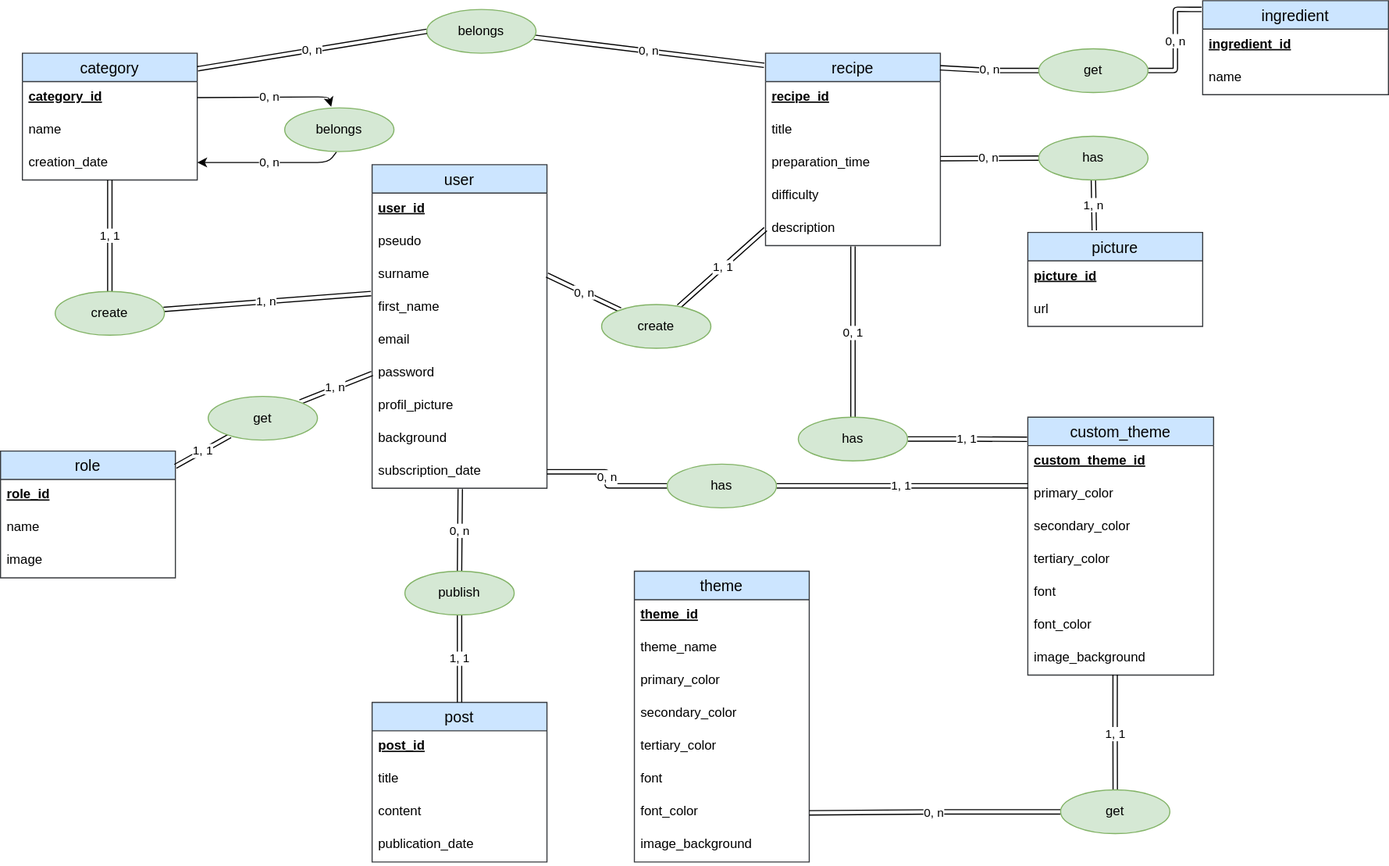
TigerSnowy/le_reseau_des_gourmets keeps this draw.io diagram as code/server/merise/MCD_le_reseau_des_gourmets.drawio.svg. Above is the earlier version. Source tidied: cells renumbered, new cells last; positions are measured from the earlier drawing's top-left corner, leaving out a move shared by most shapes.
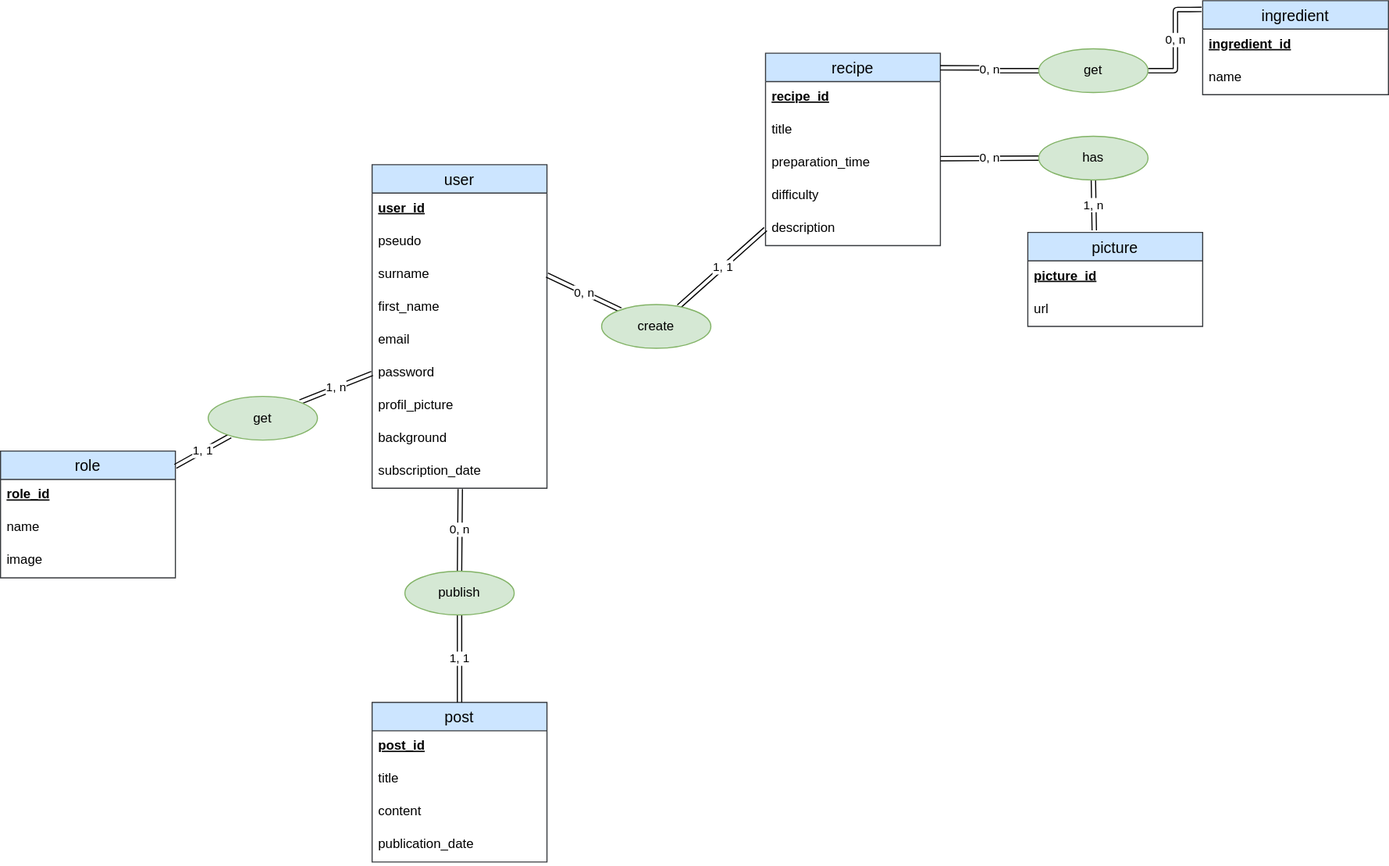
After the change.

What changed in the source:
```diff
@@ -50,18 +50,6 @@
     <mxCell id="17" value="description" style="text;strokeColor=none;fillColor=none;spacingLeft=4;spacingRight=4;overflow=hidden;points=[[0,0.5],[1,0.5]];portConstraint=eastwest;fontSize=12;" parent="12" vertex="1">
       <mxGeometry y="146" width="160" height="30" as="geometry" />
     </mxCell>
-    <mxCell id="18" value="category" style="swimlane;fontStyle=0;horizontal=1;startSize=26;align=center;fontSize=14;swimlaneFillColor=default;fillColor=#cce5ff;strokeColor=#36393d;" parent="1" vertex="1">
-      <mxGeometry x="20" y="48" width="160" height="116" as="geometry" />
-    </mxCell>
-    <mxCell id="19" value="category_id" style="text;strokeColor=none;fillColor=none;spacingLeft=4;spacingRight=4;overflow=hidden;points=[[0,0.5],[1,0.5]];portConstraint=eastwest;fontSize=12;fontStyle=5;" parent="18" vertex="1">
-      <mxGeometry y="26" width="160" height="30" as="geometry" />
-    </mxCell>
-    <mxCell id="20" value="name" style="text;strokeColor=none;fillColor=none;spacingLeft=4;spacingRight=4;overflow=hidden;fontSize=12;" parent="18" vertex="1">
-      <mxGeometry y="56" width="160" height="30" as="geometry" />
-    </mxCell>
-    <mxCell id="21" value="creation_date" style="text;strokeColor=none;fillColor=none;spacingLeft=4;spacingRight=4;overflow=hidden;points=[[0,0.5],[1,0.5]];portConstraint=eastwest;fontSize=12;" parent="18" vertex="1">
-      <mxGeometry y="86" width="160" height="30" as="geometry" />
-    </mxCell>
     <mxCell id="22" value="post" style="swimlane;fontStyle=0;horizontal=1;startSize=26;align=center;fontSize=14;swimlaneFillColor=default;fillColor=#cce5ff;strokeColor=#36393d;" parent="1" vertex="1">
       <mxGeometry x="340" y="642" width="160" height="146" as="geometry" />
     </mxCell>
@@ -95,21 +83,6 @@
     <mxCell id="32" value="publish" style="ellipse;whiteSpace=wrap;html=1;align=center;fillColor=#d5e8d4;strokeColor=#82b366;" parent="1" vertex="1">
       <mxGeometry x="370" y="522" width="100" height="40" as="geometry" />
     </mxCell>
-    <mxCell id="33" value="1, 1" style="edgeStyle=none;shape=link;html=1;strokeColor=default;" parent="1" edge="1" source="35" target="21">
-      <mxGeometry relative="1" as="geometry" />
-    </mxCell>
-    <mxCell id="34" value="1, n" style="edgeStyle=none;shape=link;html=1;entryX=-0.006;entryY=0.064;entryDx=0;entryDy=0;strokeColor=default;entryPerimeter=0;" parent="1" edge="1" source="35" target="6">
-      <mxGeometry relative="1" as="geometry" />
-    </mxCell>
-    <mxCell id="35" value="create" style="ellipse;whiteSpace=wrap;html=1;align=center;fillColor=#d5e8d4;strokeColor=#82b366;" parent="1" vertex="1">
-      <mxGeometry x="50" y="266" width="100" height="40" as="geometry" />
-    </mxCell>
-    <mxCell id="36" value="0, n" style="edgeStyle=none;shape=link;html=1;entryX=-0.008;entryY=0.063;entryDx=0;entryDy=0;entryPerimeter=0;strokeColor=default;fontColor=default;" parent="1" edge="1" source="37" target="12">
-      <mxGeometry relative="1" as="geometry" />
-    </mxCell>
-    <mxCell id="37" value="belongs" style="ellipse;whiteSpace=wrap;html=1;align=center;fillColor=#d5e8d4;strokeColor=#82b366;fontColor=default;gradientColor=none;" parent="1" vertex="1">
-      <mxGeometry x="390" y="8" width="100" height="40" as="geometry" />
-    </mxCell>
     <mxCell id="38" value="role" style="swimlane;fontStyle=0;horizontal=1;startSize=26;align=center;fontSize=14;swimlaneFillColor=default;fillColor=#cce5ff;strokeColor=#36393d;" parent="1" vertex="1">
       <mxGeometry y="412" width="160" height="116" as="geometry" />
     </mxCell>
@@ -133,27 +106,6 @@
     <mxCell id="44" value="get" style="ellipse;whiteSpace=wrap;html=1;align=center;fillColor=#d5e8d4;strokeColor=#82b366;" parent="1" vertex="1">
       <mxGeometry x="190" y="362" width="100" height="40" as="geometry" />
     </mxCell>
-    <mxCell id="45" value="0, n" style="edgeStyle=none;html=1;strokeColor=default;fontColor=default;exitX=0.474;exitY=1.009;exitDx=0;exitDy=0;exitPerimeter=0;" parent="1" edge="1" source="46">
-      <mxGeometry relative="1" as="geometry">
-        <mxPoint x="180" y="148" as="targetPoint" />
-        <Array as="points">
-          <mxPoint x="300" y="148" />
-        </Array>
-      </mxGeometry>
-    </mxCell>
-    <mxCell id="46" value="belongs" style="ellipse;whiteSpace=wrap;html=1;align=center;fillColor=#d5e8d4;strokeColor=#82b366;" parent="1" vertex="1">
-      <mxGeometry x="260" y="98" width="100" height="40" as="geometry" />
-    </mxCell>
-    <mxCell id="47" value="0, n" style="endArrow=none;html=1;rounded=0;strokeColor=default;shape=link;entryX=0;entryY=0.5;entryDx=0;entryDy=0;exitX=1.002;exitY=0.123;exitDx=0;exitDy=0;exitPerimeter=0;" parent="1" edge="1" source="18" target="37">
-      <mxGeometry relative="1" as="geometry" />
-    </mxCell>
-    <mxCell id="48" value="0, n" style="edgeStyle=none;html=1;entryX=0.426;entryY=-0.023;entryDx=0;entryDy=0;entryPerimeter=0;strokeColor=default;fontColor=default;" parent="1" edge="1" source="19" target="46">
-      <mxGeometry relative="1" as="geometry">
-        <Array as="points">
-          <mxPoint x="300" y="88" />
-        </Array>
-      </mxGeometry>
-    </mxCell>
     <mxCell id="49" value="picture" style="swimlane;fontStyle=0;horizontal=1;startSize=26;align=center;fontSize=14;swimlaneFillColor=default;fillColor=#cce5ff;strokeColor=#36393d;" parent="1" vertex="1">
       <mxGeometry x="940" y="212" width="160" height="86" as="geometry" />
     </mxCell>
@@ -163,33 +115,6 @@
     <mxCell id="51" value="url" style="text;strokeColor=none;fillColor=none;spacingLeft=4;spacingRight=4;overflow=hidden;fontSize=12;" parent="49" vertex="1">
       <mxGeometry y="56" width="160" height="30" as="geometry" />
     </mxCell>
-    <mxCell id="52" value="theme" style="swimlane;fontStyle=0;horizontal=1;startSize=26;align=center;fontSize=14;swimlaneFillColor=default;fillColor=#cce5ff;strokeColor=#36393d;" parent="1" vertex="1">
-      <mxGeometry x="580" y="522" width="160" height="266" as="geometry" />
-    </mxCell>
-    <mxCell id="53" value="theme_id" style="text;strokeColor=none;fillColor=none;spacingLeft=4;spacingRight=4;overflow=hidden;fontSize=12;fontStyle=5;" parent="52" vertex="1">
-      <mxGeometry y="26" width="160" height="30" as="geometry" />
-    </mxCell>
-    <mxCell id="54" value="theme_name" style="text;strokeColor=none;fillColor=none;spacingLeft=4;spacingRight=4;overflow=hidden;fontSize=12;" parent="52" vertex="1">
-      <mxGeometry y="56" width="160" height="30" as="geometry" />
-    </mxCell>
-    <mxCell id="55" value="primary_color" style="text;strokeColor=none;fillColor=none;spacingLeft=4;spacingRight=4;overflow=hidden;fontSize=12;" parent="52" vertex="1">
-      <mxGeometry y="86" width="160" height="30" as="geometry" />
-    </mxCell>
-    <mxCell id="56" value="secondary_color" style="text;strokeColor=none;fillColor=none;spacingLeft=4;spacingRight=4;overflow=hidden;fontSize=12;" parent="52" vertex="1">
-      <mxGeometry y="116" width="160" height="30" as="geometry" />
-    </mxCell>
-    <mxCell id="57" value="tertiary_color" style="text;strokeColor=none;fillColor=none;spacingLeft=4;spacingRight=4;overflow=hidden;fontSize=12;" parent="52" vertex="1">
-      <mxGeometry y="146" width="160" height="30" as="geometry" />
-    </mxCell>
-    <mxCell id="58" value="font" style="text;strokeColor=none;fillColor=none;spacingLeft=4;spacingRight=4;overflow=hidden;fontSize=12;" parent="52" vertex="1">
-      <mxGeometry y="176" width="160" height="30" as="geometry" />
-    </mxCell>
-    <mxCell id="59" value="font_color" style="text;strokeColor=none;fillColor=none;spacingLeft=4;spacingRight=4;overflow=hidden;points=[[0,0.5],[1,0.5]];portConstraint=eastwest;fontSize=12;" parent="52" vertex="1">
-      <mxGeometry y="206" width="160" height="30" as="geometry" />
-    </mxCell>
-    <mxCell id="60" value="image_background" style="text;strokeColor=none;fillColor=none;spacingLeft=4;spacingRight=4;overflow=hidden;fontSize=12;" parent="52" vertex="1">
-      <mxGeometry y="236" width="160" height="30" as="geometry" />
-    </mxCell>
     <mxCell id="61" value="0, n" style="edgeStyle=none;html=1;entryX=1;entryY=0.35;entryDx=0;entryDy=0;shape=link;entryPerimeter=0;" parent="1" edge="1" source="63" target="15">
       <mxGeometry relative="1" as="geometry" />
     </mxCell>
@@ -199,57 +124,6 @@
     <mxCell id="63" value="has" style="ellipse;whiteSpace=wrap;html=1;align=center;fillColor=#d5e8d4;strokeColor=#82b366;" parent="1" vertex="1">
       <mxGeometry x="950" y="124" width="100" height="40" as="geometry" />
     </mxCell>
-    <mxCell id="64" value="custom_theme" style="swimlane;fontStyle=0;horizontal=1;startSize=26;align=center;fontSize=14;swimlaneFillColor=default;fillColor=#cce5ff;strokeColor=#36393d;" parent="1" vertex="1">
-      <mxGeometry x="940" y="381" width="170" height="236" as="geometry" />
-    </mxCell>
-    <mxCell id="65" value="custom_theme_id" style="text;strokeColor=none;fillColor=none;spacingLeft=4;spacingRight=4;overflow=hidden;fontSize=12;fontStyle=5;" parent="64" vertex="1">
-      <mxGeometry y="26" width="170" height="30" as="geometry" />
-    </mxCell>
-    <mxCell id="66" value="primary_color" style="text;strokeColor=none;fillColor=none;spacingLeft=4;spacingRight=4;overflow=hidden;points=[[0,0.5],[1,0.5]];portConstraint=eastwest;fontSize=12;" parent="64" vertex="1">
-      <mxGeometry y="56" width="170" height="30" as="geometry" />
-    </mxCell>
-    <mxCell id="67" value="secondary_color" style="text;strokeColor=none;fillColor=none;spacingLeft=4;spacingRight=4;overflow=hidden;fontSize=12;" parent="64" vertex="1">
-      <mxGeometry y="86" width="170" height="30" as="geometry" />
-    </mxCell>
-    <mxCell id="68" value="tertiary_color" style="text;strokeColor=none;fillColor=none;spacingLeft=4;spacingRight=4;overflow=hidden;fontSize=12;" parent="64" vertex="1">
-      <mxGeometry y="116" width="170" height="30" as="geometry" />
-    </mxCell>
-    <mxCell id="69" value="font" style="text;strokeColor=none;fillColor=none;spacingLeft=4;spacingRight=4;overflow=hidden;fontSize=12;" parent="64" vertex="1">
-      <mxGeometry y="146" width="170" height="30" as="geometry" />
-    </mxCell>
-    <mxCell id="70" value="font_color" style="text;strokeColor=none;fillColor=none;spacingLeft=4;spacingRight=4;overflow=hidden;fontSize=12;" parent="64" vertex="1">
-      <mxGeometry y="176" width="170" height="30" as="geometry" />
-    </mxCell>
-    <mxCell id="71" value="image_background" style="text;strokeColor=none;fillColor=none;spacingLeft=4;spacingRight=4;overflow=hidden;points=[[0,0.5],[1,0.5]];portConstraint=eastwest;fontSize=12;" parent="64" vertex="1">
-      <mxGeometry y="206" width="170" height="30" as="geometry" />
-    </mxCell>
-    <mxCell id="72" value="1, 1" style="edgeStyle=orthogonalEdgeStyle;html=1;fontSize=11;endArrow=none;endFill=0;shape=link;entryX=0.47;entryY=0.99;entryDx=0;entryDy=0;entryPerimeter=0;" parent="1" edge="1" source="74" target="71">
-      <mxGeometry relative="1" as="geometry" />
-    </mxCell>
-    <mxCell id="73" value="0, n" style="edgeStyle=orthogonalEdgeStyle;shape=link;html=1;entryX=1;entryY=0.5;entryDx=0;entryDy=0;fontSize=11;endArrow=none;endFill=0;" parent="1" edge="1" source="74" target="59">
-      <mxGeometry relative="1" as="geometry" />
-    </mxCell>
-    <mxCell id="74" value="get" style="ellipse;whiteSpace=wrap;html=1;align=center;fillColor=#d5e8d4;strokeColor=#82b366;" parent="1" vertex="1">
-      <mxGeometry x="970" y="722" width="100" height="40" as="geometry" />
-    </mxCell>
-    <mxCell id="75" value="1, 1" style="edgeStyle=orthogonalEdgeStyle;html=1;entryX=-0.004;entryY=0.086;entryDx=0;entryDy=0;entryPerimeter=0;fontSize=11;endArrow=none;endFill=0;shape=link;" parent="1" edge="1" source="77" target="64">
-      <mxGeometry x="-0.01" relative="1" as="geometry" />
-    </mxCell>
-    <mxCell id="76" value="0, 1" style="edgeStyle=orthogonalEdgeStyle;shape=link;html=1;entryX=0.5;entryY=1.022;entryDx=0;entryDy=0;entryPerimeter=0;fontSize=11;endArrow=none;endFill=0;" parent="1" edge="1" source="77" target="17">
-      <mxGeometry relative="1" as="geometry" />
-    </mxCell>
-    <mxCell id="77" value="has" style="ellipse;whiteSpace=wrap;html=1;align=center;fillColor=#d5e8d4;strokeColor=#82b366;" parent="1" vertex="1">
-      <mxGeometry x="730" y="381" width="100" height="40" as="geometry" />
-    </mxCell>
-    <mxCell id="78" value="1, 1" style="edgeStyle=orthogonalEdgeStyle;shape=link;html=1;entryX=0.002;entryY=0.228;entryDx=0;entryDy=0;entryPerimeter=0;fontSize=11;endArrow=none;endFill=0;" parent="1" edge="1" source="80" target="66">
-      <mxGeometry relative="1" as="geometry" />
-    </mxCell>
-    <mxCell id="79" value="0, n" style="edgeStyle=orthogonalEdgeStyle;shape=link;html=1;entryX=1;entryY=0.5;entryDx=0;entryDy=0;fontSize=11;endArrow=none;endFill=0;" parent="1" edge="1" source="80" target="11">
-      <mxGeometry relative="1" as="geometry" />
-    </mxCell>
-    <mxCell id="80" value="has" style="ellipse;whiteSpace=wrap;html=1;align=center;fillColor=#d5e8d4;strokeColor=#82b366;" parent="1" vertex="1">
-      <mxGeometry x="610" y="424" width="100" height="40" as="geometry" />
-    </mxCell>
     <mxCell id="81" value="ingredient" style="swimlane;fontStyle=0;horizontal=1;startSize=26;align=center;fontSize=14;swimlaneFillColor=default;fillColor=#cce5ff;strokeColor=#36393d;" parent="1" vertex="1">
       <mxGeometry x="1100" width="170" height="86" as="geometry" />
     </mxCell>
```
